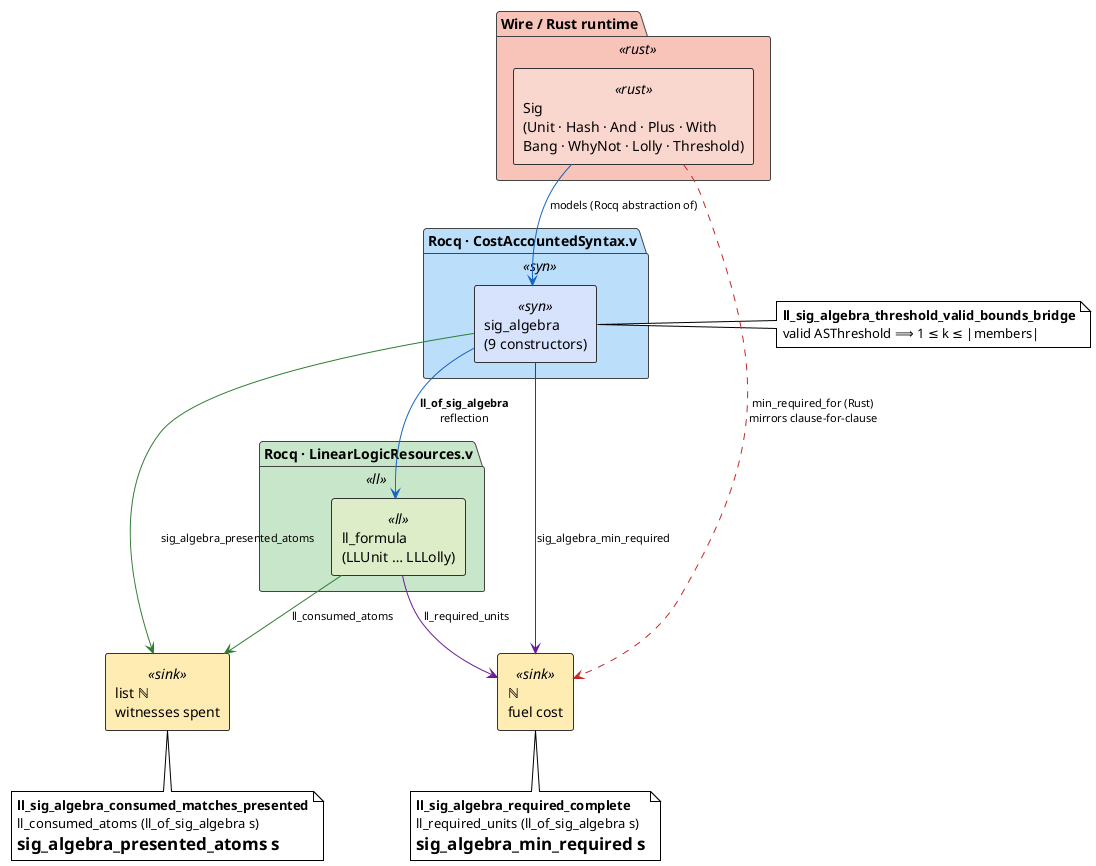
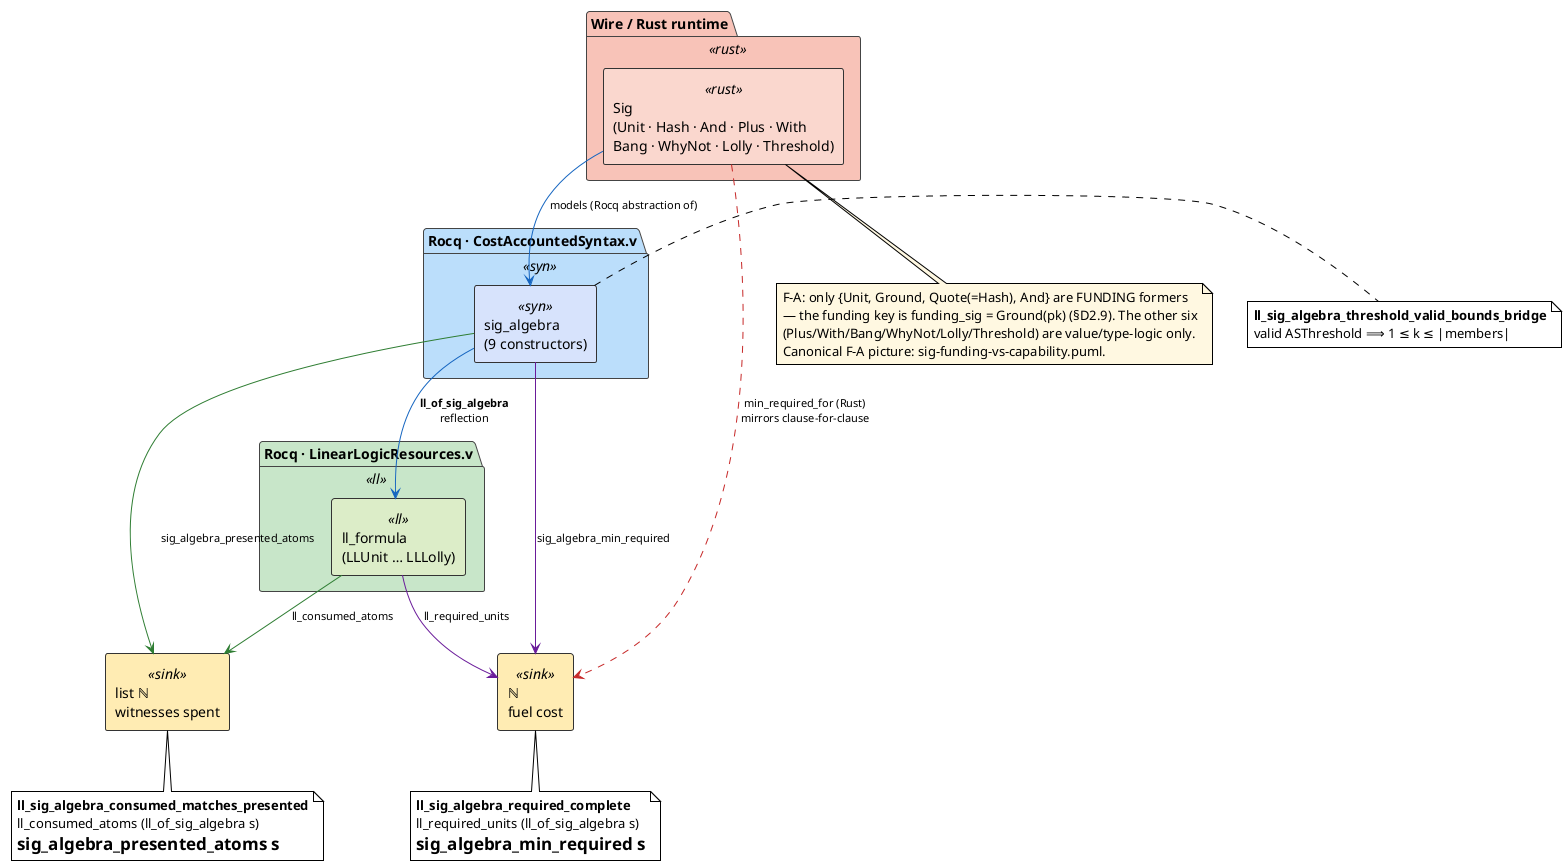
' Reflection & Cost Pipeline — the runtime signature algebra reflects into an
' intuitionistic-linear-logic formula, and BOTH projections (cost and
' consumed-atoms) commute: the two paths to ℕ and to (list ℕ) agree, closed by
' the Rocq bridge theorems. All three §5.6 bridges are shown.
'
' Source of truth for Figure 1 in docs/theory/cost-accounting-linear-logic.md.
' Palette:  Rust=salmon · Rocq-syntax=blue · Rocq-LL=mint · sinks(ℕ / list ℕ)=amber
'   arrows: reflection/models=blue #1565C0 · cost=purple #6A1B9A
'           consumed=green #2E7D32 · Rust-mirror=red-dashed #C62828
' Render:  plantuml -tsvg docs/theory/diagrams/ll-reflection-pipeline.puml

@startuml ll-reflection-pipeline
!theme plain
skinparam componentStyle rectangle
skinparam shadowing false
skinparam ArrowFontSize 11
skinparam package {
  BackgroundColor<<rust>> #F8C3B8
  BackgroundColor<<syn>>  #BBDEFB
  BackgroundColor<<ll>>   #C8E6C9
  BorderColor #444444
}
skinparam component {
  BackgroundColor<<rust>> #FAD7CE
  BackgroundColor<<syn>>  #D7E3FC
  BackgroundColor<<ll>>   #DCEDC8
  BackgroundColor<<sink>> #FFECB3
  BorderColor #333333
}

package "Wire / Rust runtime" <<rust>> {
  component "Sig\n(Unit · Hash · And · Plus · With\nBang · WhyNot · Lolly · Threshold)" <<rust>> as SIG
}
package "Rocq · CostAccountedSyntax.v" <<syn>> {
  component "sig_algebra\n(9 constructors)" <<syn>> as SA
}
package "Rocq · LinearLogicResources.v" <<ll>> {
  component "ll_formula\n(LLUnit … LLLolly)" <<ll>> as LLF
}
component "ℕ\nfuel cost" <<sink>> as COST
component "list ℕ\nwitnesses spent" <<sink>> as SPENT

+ note bottom of SIG #FFF8E1
+ F-A: only {Unit, Ground, Quote(=Hash), And} are FUNDING formers
+ — the funding key is funding_sig = Ground(pk) (§D2.9). The other six
+ (Plus/With/Bang/WhyNot/Lolly/Threshold) are value/type-logic only.
+ Canonical F-A picture: sig-funding-vs-capability.puml.
+ end note
+ 
SIG -[#1565C0]-> SA   : models (Rocq abstraction of)
SIG .[#C62828].> COST : min_required_for (Rust)\nmirrors clause-for-clause
SA  -[#1565C0]-> LLF  : <b>ll_of_sig_algebra</b>\nreflection
SA  -[#6A1B9A]-> COST  : sig_algebra_min_required
LLF -[#6A1B9A]-> COST  : ll_required_units
SA  -[#2E7D32]-> SPENT : sig_algebra_presented_atoms
LLF -[#2E7D32]-> SPENT : ll_consumed_atoms

note bottom of COST
  <b>ll_sig_algebra_required_complete</b>
  ll_required_units (ll_of_sig_algebra s)
  = sig_algebra_min_required s
end note
note bottom of SPENT
  <b>ll_sig_algebra_consumed_matches_presented</b>
  ll_consumed_atoms (ll_of_sig_algebra s)
  = sig_algebra_presented_atoms s
end note
note right of SA
  <b>ll_sig_algebra_threshold_valid_bounds_bridge</b>
  valid ASThreshold ⟹ 1 ≤ k ≤ |members|
end note
@enduml
